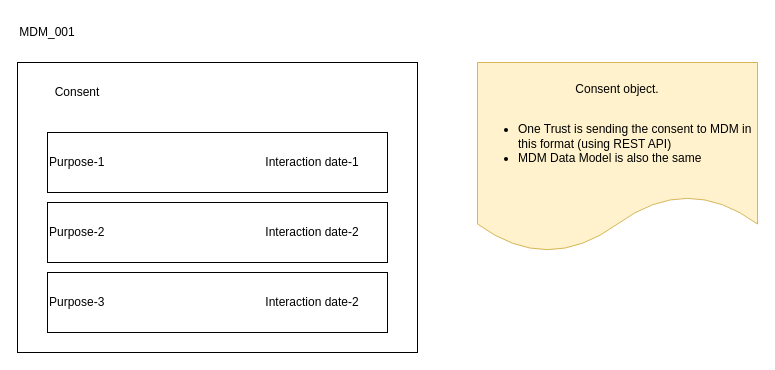
The draw.io diagram TME-3.drawio in biswarup81/drawings, before the edit. Source tidied: cells renumbered, new cells numbered last; positions are measured from the earlier drawing's top-left corner, leaving out a move shared by most shapes. Both pictures are drawn from the tidied source at 100%, with x=0, y=0 at pixel (17, 17).
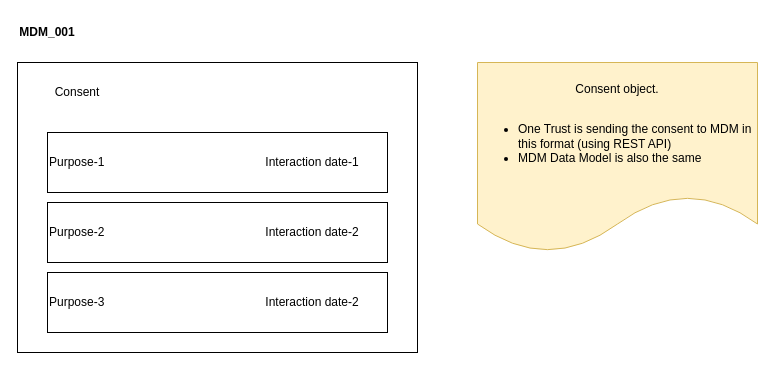
The same diagram, later.

What changed in the source:
```diff
@@
 <mxGraphModel>
   <root>
     <mxCell id="0" />
     <mxCell id="1" parent="0" />
     <mxCell id="2" style="rounded=0;whiteSpace=wrap;html=1;" parent="1" vertex="1">
       <mxGeometry y="45" width="400" height="290" as="geometry" />
     </mxCell>
     <mxCell id="3" value="Consent" style="text;html=1;strokeColor=none;fillColor=none;align=center;verticalAlign=middle;whiteSpace=wrap;rounded=0;" parent="1" vertex="1">
       <mxGeometry x="30" y="60" width="60" height="30" as="geometry" />
     </mxCell>
     <mxCell id="4" value="Purpose-1" style="rounded=0;whiteSpace=wrap;html=1;align=left;" parent="1" vertex="1">
       <mxGeometry x="30" y="115" width="340" height="60" as="geometry" />
     </mxCell>
     <mxCell id="5" value="Purpose-2" style="rounded=0;whiteSpace=wrap;html=1;align=left;" parent="1" vertex="1">
       <mxGeometry x="30" y="185" width="340" height="60" as="geometry" />
     </mxCell>
     <mxCell id="6" value="Purpose-3" style="rounded=0;whiteSpace=wrap;html=1;align=left;" parent="1" vertex="1">
       <mxGeometry x="30" y="255" width="340" height="60" as="geometry" />
     </mxCell>
     <mxCell id="7" value="Interaction date-1" style="text;html=1;strokeColor=none;fillColor=none;align=center;verticalAlign=middle;whiteSpace=wrap;rounded=0;" parent="1" vertex="1">
       <mxGeometry x="240" y="130" width="110" height="30" as="geometry" />
     </mxCell>
     <mxCell id="8" value="Interaction date-2" style="text;html=1;strokeColor=none;fillColor=none;align=center;verticalAlign=middle;whiteSpace=wrap;rounded=0;" parent="1" vertex="1">
       <mxGeometry x="240" y="200" width="110" height="30" as="geometry" />
     </mxCell>
     <mxCell id="9" value="Interaction date-2" style="text;html=1;strokeColor=none;fillColor=none;align=center;verticalAlign=middle;whiteSpace=wrap;rounded=0;" parent="1" vertex="1">
       <mxGeometry x="240" y="270" width="110" height="30" as="geometry" />
     </mxCell>
     <mxCell id="10" value="Consent object.&lt;br&gt;&lt;br&gt;&lt;div style=&quot;text-align: left;&quot;&gt;&lt;ul&gt;&lt;li&gt;&lt;span style=&quot;background-color: initial;&quot;&gt;One Trust is sending the consent to MDM in this format (using REST API)&lt;/span&gt;&lt;/li&gt;&lt;li&gt;&lt;span style=&quot;background-color: initial;&quot;&gt;MDM Data Model is also the same&lt;/span&gt;&lt;/li&gt;&lt;/ul&gt;&lt;/div&gt;" style="shape=document;whiteSpace=wrap;html=1;boundedLbl=1;fillColor=#fff2cc;strokeColor=#d6b656;" parent="1" vertex="1">
       <mxGeometry x="460" y="45" width="280" height="190" as="geometry" />
     </mxCell>
-    <mxCell id="11" value="MDM_001" style="text;html=1;strokeColor=none;fillColor=none;align=center;verticalAlign=middle;whiteSpace=wrap;rounded=0;" parent="1" vertex="1">
+    <mxCell id="11" value="MDM_001" style="text;html=1;strokeColor=none;fillColor=none;align=center;verticalAlign=middle;whiteSpace=wrap;rounded=0;fontStyle=1;" parent="1" vertex="1">
       <mxGeometry width="60" height="30" as="geometry" />
     </mxCell>
   </root>
 </mxGraphModel>
```
